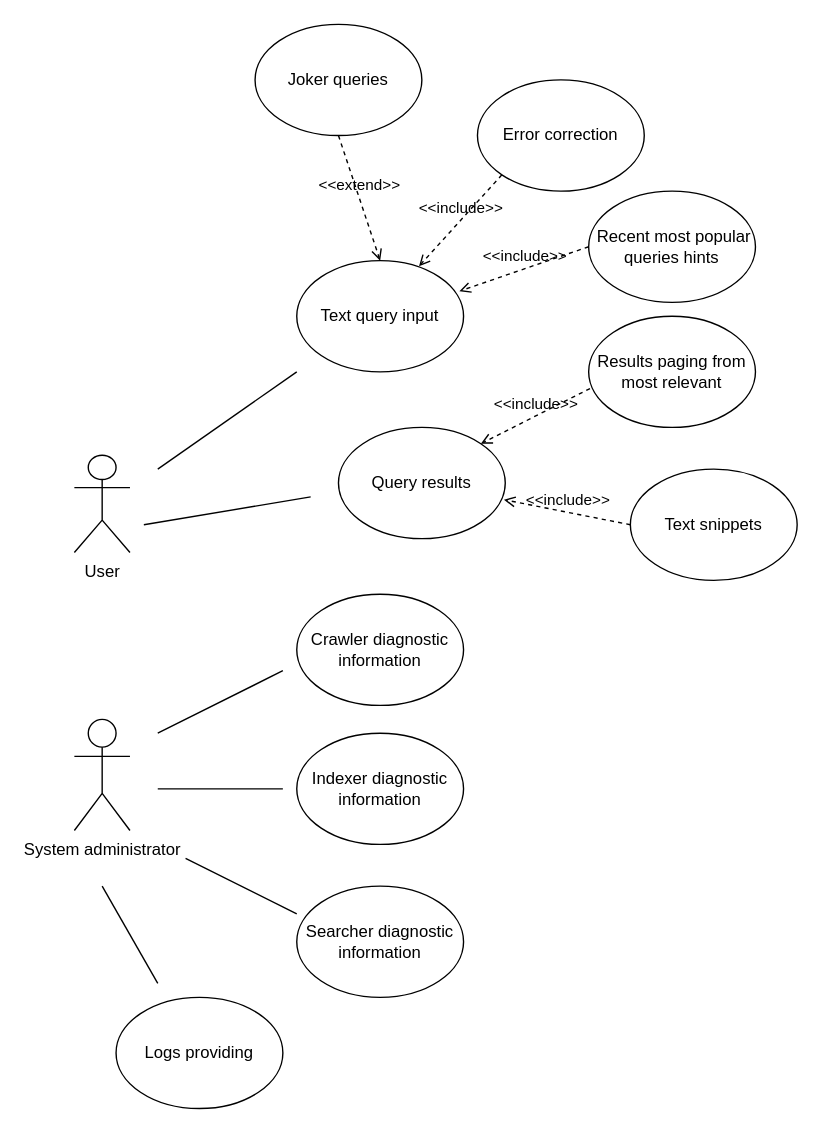
Earlier version of the draw.io diagram diagrams/diagram_usecases.drawio (Slippertino/Diploma). Source tidied: cells renumbered, new cells numbered last; positions are measured from the earlier drawing's top-left corner, leaving out a move shared by most shapes. Both pictures are drawn from the tidied source at 139%, with x=0, y=0 at pixel (74, 24).
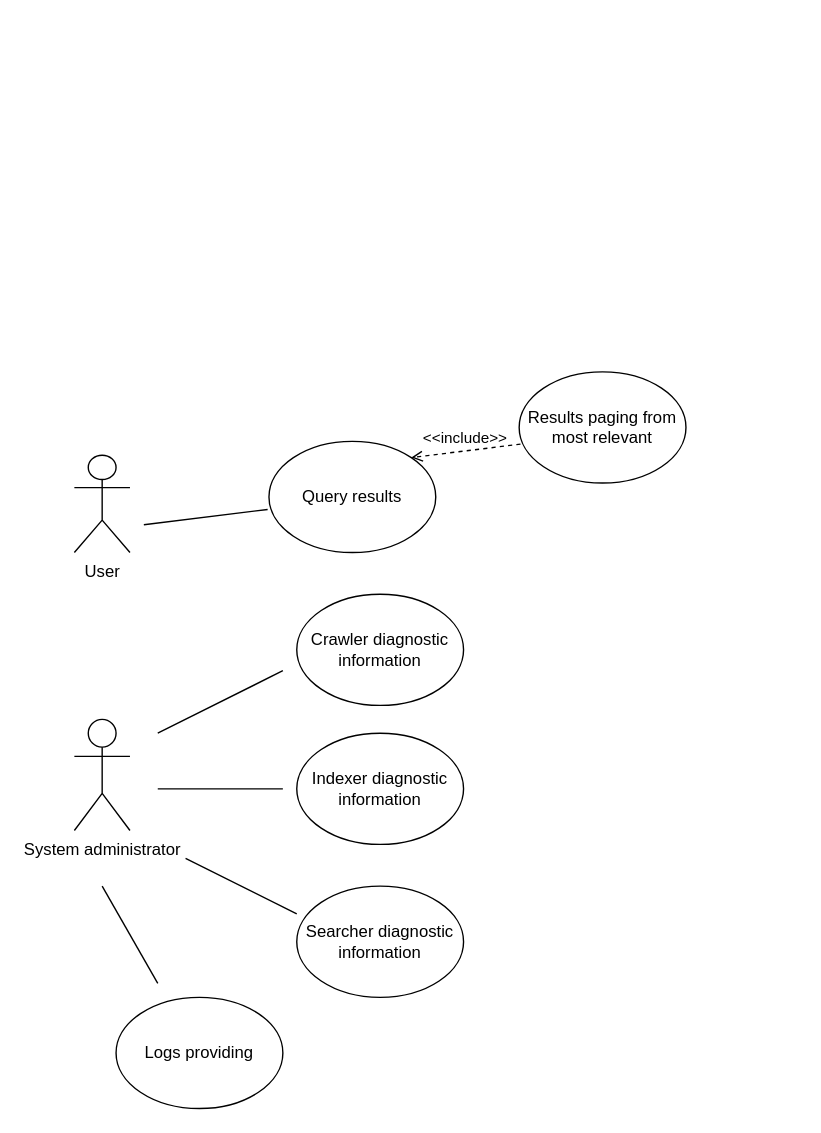
After the change.

Diff of the diagram source:
```diff
@@
-    <mxCell id="3" value="Text query input" style="ellipse;whiteSpace=wrap;html=1;" parent="1" vertex="1">
-      <mxGeometry x="160" y="170" width="120" height="80" as="geometry" />
-    </mxCell>
-    <mxCell id="4" style="endArrow=none;html=1;rounded=0;" parent="1" edge="1">
-      <mxGeometry relative="1" as="geometry">
-        <mxPoint x="60" y="320" as="sourcePoint" />
-        <mxPoint x="160" y="250" as="targetPoint" />
-      </mxGeometry>
-    </mxCell>
     <mxCell id="5" value="Query results" style="ellipse;whiteSpace=wrap;html=1;" parent="1" vertex="1">
-      <mxGeometry x="190" y="290" width="120" height="80" as="geometry" />
+      <mxGeometry x="140" y="300" width="120" height="80" as="geometry" />
     </mxCell>
-    <mxCell id="6" style="endArrow=none;html=1;rounded=0;" parent="1" edge="1">
+    <mxCell id="6" style="endArrow=none;html=1;rounded=0;entryX=-0.008;entryY=0.613;entryDx=0;entryDy=0;entryPerimeter=0;" parent="1" edge="1" target="5">
       <mxGeometry relative="1" as="geometry">
         <mxPoint x="50" y="360" as="sourcePoint" />
-        <mxPoint x="170" y="340" as="targetPoint" />
       </mxGeometry>
     </mxCell>
-    <mxCell id="7" value="&amp;nbsp;Recent most popular queries hints" style="ellipse;whiteSpace=wrap;html=1;" parent="1" vertex="1">
-      <mxGeometry x="370" y="120" width="120" height="80" as="geometry" />
-    </mxCell>
-    <mxCell id="8" value="Error correction" style="ellipse;whiteSpace=wrap;html=1;" parent="1" vertex="1">
-      <mxGeometry x="290" y="40" width="120" height="80" as="geometry" />
-    </mxCell>
-    <mxCell id="9" value="Joker queries" style="ellipse;whiteSpace=wrap;html=1;" parent="1" vertex="1">
-      <mxGeometry x="130" width="120" height="80" as="geometry" />
-    </mxCell>
-    <mxCell id="10" value="&amp;lt;&amp;lt;include&amp;gt;&amp;gt;" style="html=1;verticalAlign=bottom;labelBackgroundColor=none;endArrow=open;endFill=0;dashed=1;rounded=0;exitX=0;exitY=1;exitDx=0;exitDy=0;entryX=0.733;entryY=0.05;entryDx=0;entryDy=0;entryPerimeter=0;" parent="1" edge="1" source="8" target="3">
-      <mxGeometry relative="1" as="geometry" />
-    </mxCell>
-    <mxCell id="11" value="&amp;lt;&amp;lt;include&amp;gt;&amp;gt;" style="html=1;verticalAlign=bottom;labelBackgroundColor=none;endArrow=open;endFill=0;dashed=1;rounded=0;exitX=0;exitY=0.5;exitDx=0;exitDy=0;entryX=0.975;entryY=0.275;entryDx=0;entryDy=0;entryPerimeter=0;" parent="1" edge="1" source="7" target="3">
-      <mxGeometry relative="1" as="geometry" />
-    </mxCell>
-    <mxCell id="12" value="&amp;lt;&amp;lt;extend&amp;gt;&amp;gt;" style="html=1;verticalAlign=bottom;labelBackgroundColor=none;endArrow=open;endFill=0;dashed=1;rounded=0;exitX=0.5;exitY=1;exitDx=0;exitDy=0;entryX=0.5;entryY=0;entryDx=0;entryDy=0;" parent="1" edge="1" source="9" target="3">
-      <mxGeometry relative="1" as="geometry" />
-    </mxCell>
     <mxCell id="13" value="Results paging from most relevant" style="ellipse;whiteSpace=wrap;html=1;" parent="1" vertex="1">
-      <mxGeometry x="370" y="210" width="120" height="80" as="geometry" />
+      <mxGeometry x="320" y="250" width="120" height="80" as="geometry" />
     </mxCell>
-    <mxCell id="14" value="Text snippets" style="ellipse;whiteSpace=wrap;html=1;" parent="1" vertex="1">
-      <mxGeometry x="400" y="320" width="120" height="80" as="geometry" />
-    </mxCell>
@@
-    <mxCell id="16" value="&amp;lt;&amp;lt;include&amp;gt;&amp;gt;" style="html=1;verticalAlign=bottom;labelBackgroundColor=none;endArrow=open;endFill=0;dashed=1;rounded=0;exitX=0;exitY=0.5;exitDx=0;exitDy=0;entryX=0.992;entryY=0.65;entryDx=0;entryDy=0;entryPerimeter=0;" parent="1" edge="1" source="14" target="5">
-      <mxGeometry relative="1" as="geometry" />
-    </mxCell>
```
